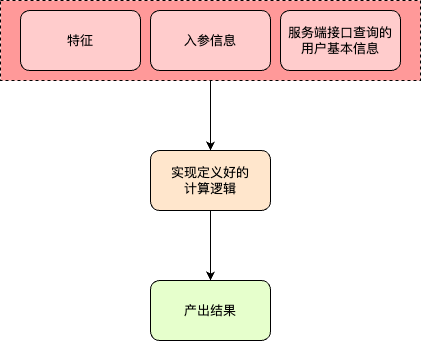
This is work-draw-file/同质化插件过多.png from liujunao/draw-data, a draw.io export, as it was before one commit. Source tidied: cells renumbered, new cells last; positions are measured from the earlier drawing's top-left corner, leaving out a move shared by most shapes. The source it was exported from:
```xml
<mxGraphModel>
  <root>
    <mxCell id="0" />
    <mxCell id="1" parent="0" />
    <mxCell id="2" style="edgeStyle=orthogonalEdgeStyle;rounded=0;jettySize=auto;html=1;exitX=0.5;exitY=1;exitDx=0;exitDy=0;" parent="1" edge="1" source="3" target="8">
      <mxGeometry relative="1" as="geometry" />
    </mxCell>
    <mxCell id="3" style="rounded=0;whiteSpace=wrap;html=1;dashed=1;fillColor=#FF9999;" parent="1" vertex="1">
      <mxGeometry width="420" height="80" as="geometry" />
    </mxCell>
    <mxCell id="4" value="特征" style="rounded=1;whiteSpace=wrap;html=1;fillColor=#FFCCCC;" parent="1" vertex="1">
      <mxGeometry x="20" y="10" width="120" height="60" as="geometry" />
    </mxCell>
    <mxCell id="5" value="入参信息" style="rounded=1;whiteSpace=wrap;html=1;fillColor=#FFCCCC;" parent="1" vertex="1">
      <mxGeometry x="150" y="10" width="120" height="60" as="geometry" />
    </mxCell>
    <mxCell id="6" value="服务端接口查询的&lt;br&gt;用户基本信息" style="rounded=1;whiteSpace=wrap;html=1;fillColor=#FFCCCC;" parent="1" vertex="1">
      <mxGeometry x="280" y="10" width="120" height="60" as="geometry" />
    </mxCell>
    <mxCell id="7" style="edgeStyle=orthogonalEdgeStyle;rounded=0;jettySize=auto;html=1;exitX=0.5;exitY=1;exitDx=0;exitDy=0;entryX=0.5;entryY=0;entryDx=0;entryDy=0;" parent="1" edge="1" source="8" target="9">
      <mxGeometry relative="1" as="geometry" />
    </mxCell>
    <mxCell id="8" value="实现定义好的&lt;br&gt;计算逻辑" style="rounded=1;whiteSpace=wrap;html=1;fillColor=#FFE6CC;" parent="1" vertex="1">
      <mxGeometry x="150" y="150" width="120" height="60" as="geometry" />
    </mxCell>
    <mxCell id="9" value="产出结果" style="rounded=1;whiteSpace=wrap;html=1;fillColor=#E6FFCC;" parent="1" vertex="1">
      <mxGeometry x="150" y="280" width="120" height="60" as="geometry" />
    </mxCell>
  </root>
</mxGraphModel>
```
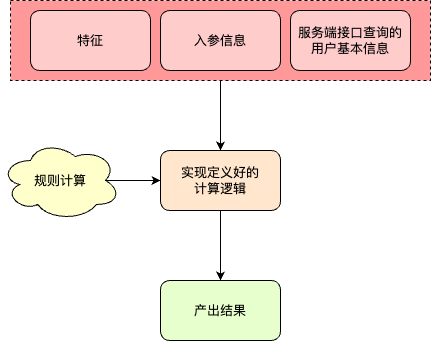
After the commit.

Commit message:
更新同质化插件过多.png

Change to the diagram source:
```diff
@@ -26,5 +26,11 @@
     <mxCell id="9" value="产出结果" style="rounded=1;whiteSpace=wrap;html=1;fillColor=#E6FFCC;" parent="1" vertex="1">
       <mxGeometry x="150" y="280" width="120" height="60" as="geometry" />
     </mxCell>
+    <mxCell id="10" style="edgeStyle=orthogonalEdgeStyle;rounded=0;jettySize=auto;html=1;exitX=0.875;exitY=0.5;exitDx=0;exitDy=0;exitPerimeter=0;entryX=0;entryY=0.5;entryDx=0;entryDy=0;" parent="1" edge="1" source="11" target="8">
+      <mxGeometry relative="1" as="geometry" />
+    </mxCell>
+    <mxCell id="11" value="规则计算" style="ellipse;shape=cloud;whiteSpace=wrap;html=1;fillColor=#FFFFCC;" parent="1" vertex="1">
+      <mxGeometry x="-10" y="140" width="120" height="80" as="geometry" />
+    </mxCell>
   </root>
 </mxGraphModel>
```
